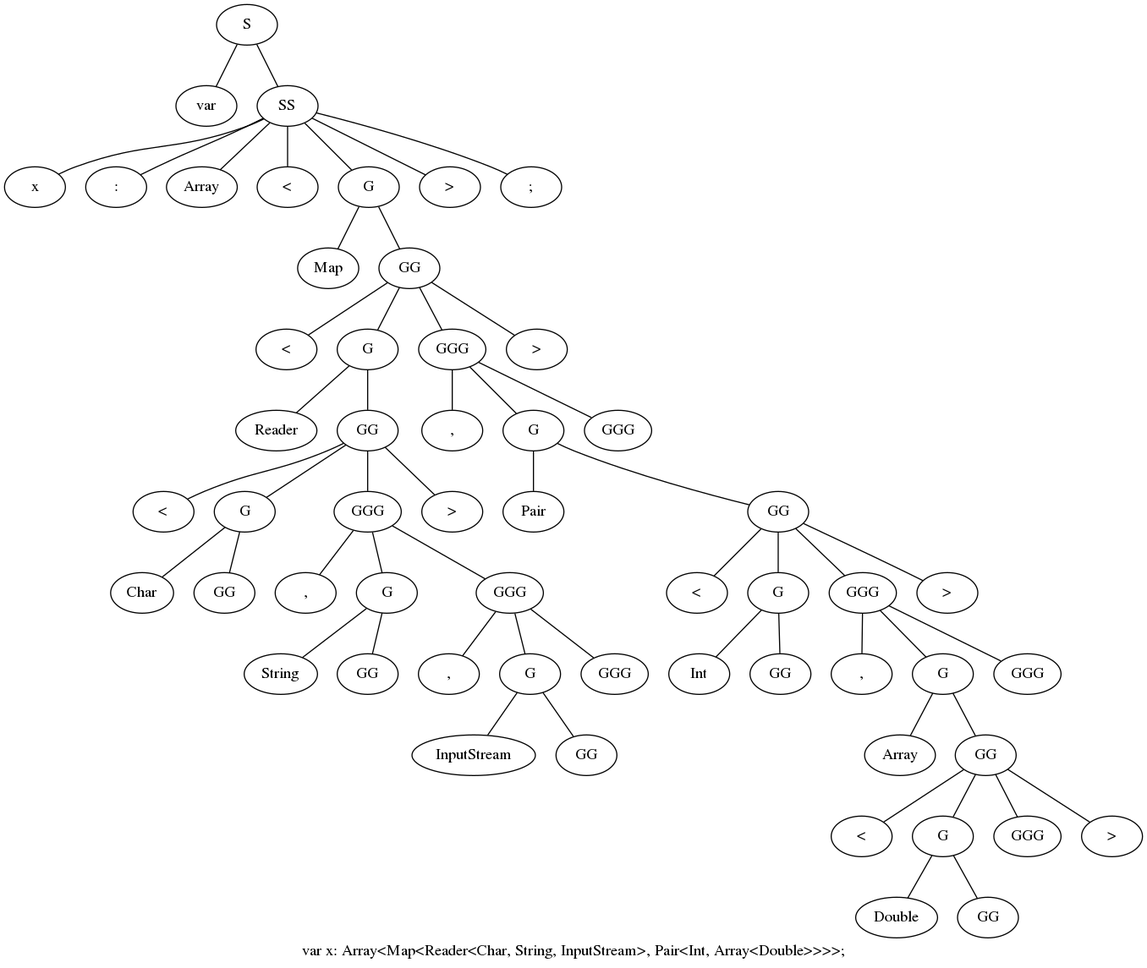
This is graphs/complex.dot.png from Garuda-1/MT_HW2, a Graphviz export, as it was before one commit. Its source is kept beside it as graphs/complex.dot.
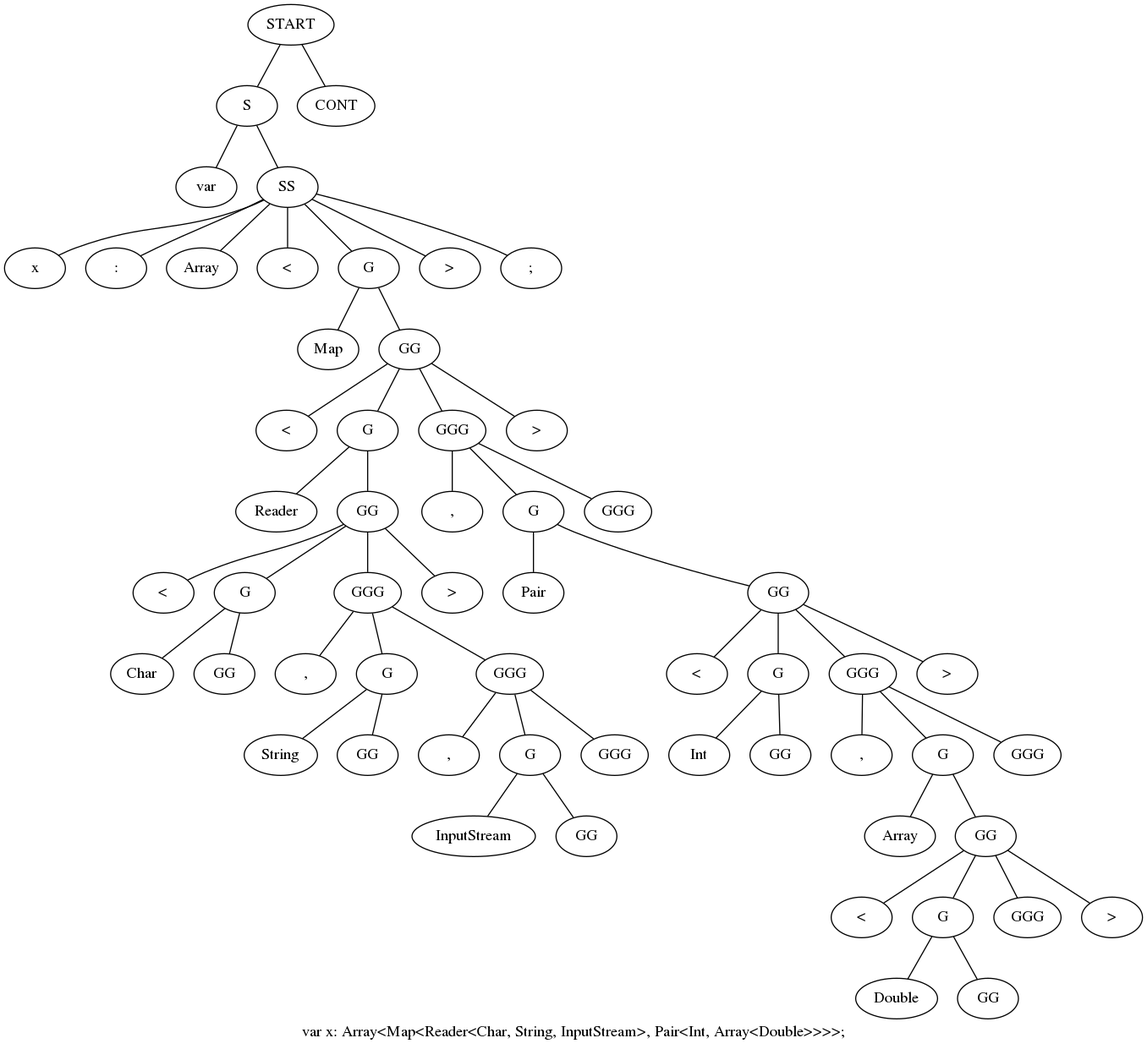
Above is the later version.

What changed in the source:
```diff
@@ -3,115 +3,119 @@
 	label="var x: Array<Map<Reader<Char, String, InputStream>, Pair<Int, Array<Double>>>>;"
 
 	n000 ;
-	n000 [label="S"] ;
+	n000 [label="START"] ;
 	n000 -- n001 ;
 	n000 -- n002 ;
-	n001 [label="var"] ;
-	n002 [label="SS"] ;
-	n002 -- n003 ;
-	n002 -- n004 ;
-	n002 -- n005 ;
-	n002 -- n006 ;
-	n002 -- n007 ;
-	n002 -- n008 ;
-	n002 -- n009 ;
-	n003 [label="x"] ;
-	n004 [label=":"] ;
-	n005 [label="Array"] ;
-	n006 [label="<"] ;
-	n007 [label="G"] ;
-	n007 -- n010 ;
-	n007 -- n011 ;
-	n008 [label=">"] ;
-	n009 [label=";"] ;
-	n010 [label="Map"] ;
-	n011 [label="GG"] ;
-	n011 -- n012 ;
-	n011 -- n013 ;
-	n011 -- n014 ;
-	n011 -- n015 ;
-	n012 [label="<"] ;
-	n013 [label="G"] ;
+	n001 [label="S"] ;
+	n001 -- n003 ;
+	n001 -- n004 ;
+	n002 [label="CONT"] ;
+	n003 [label="var"] ;
+	n004 [label="SS"] ;
+	n004 -- n005 ;
+	n004 -- n006 ;
+	n004 -- n007 ;
+	n004 -- n008 ;
+	n004 -- n009 ;
+	n004 -- n010 ;
+	n004 -- n011 ;
+	n005 [label="x"] ;
+	n006 [label=":"] ;
+	n007 [label="Array"] ;
+	n008 [label="<"] ;
+	n009 [label="G"] ;
+	n009 -- n012 ;
+	n009 -- n013 ;
+	n010 [label=">"] ;
+	n011 [label=";"] ;
+	n012 [label="Map"] ;
+	n013 [label="GG"] ;
+	n013 -- n014 ;
+	n013 -- n015 ;
 	n013 -- n016 ;
 	n013 -- n017 ;
-	n014 [label="GGG"] ;
-	n014 -- n018 ;
-	n014 -- n019 ;
-	n014 -- n020 ;
-	n015 [label=">"] ;
-	n016 [label="Reader"] ;
-	n017 [label="GG"] ;
-	n017 -- n021 ;
-	n017 -- n022 ;
-	n017 -- n023 ;
-	n017 -- n024 ;
-	n018 [label=","] ;
-	n019 [label="G"] ;
+	n014 [label="<"] ;
+	n015 [label="G"] ;
+	n015 -- n018 ;
+	n015 -- n019 ;
+	n016 [label="GGG"] ;
+	n016 -- n020 ;
+	n016 -- n021 ;
+	n016 -- n022 ;
+	n017 [label=">"] ;
+	n018 [label="Reader"] ;
+	n019 [label="GG"] ;
+	n019 -- n023 ;
+	n019 -- n024 ;
 	n019 -- n025 ;
 	n019 -- n026 ;
-	n020 [label="GGG"] ;
-	n021 [label="<"] ;
-	n022 [label="G"] ;
-	n022 -- n027 ;
-	n022 -- n028 ;
-	n023 [label="GGG"] ;
-	n023 -- n029 ;
-	n023 -- n030 ;
-	n023 -- n031 ;
-	n024 [label=">"] ;
-	n025 [label="Pair"] ;
-	n026 [label="GG"] ;
-	n026 -- n032 ;
-	n026 -- n033 ;
-	n026 -- n034 ;
-	n026 -- n035 ;
-	n027 [label="Char"] ;
+	n020 [label=","] ;
+	n021 [label="G"] ;
+	n021 -- n027 ;
+	n021 -- n028 ;
+	n022 [label="GGG"] ;
+	n023 [label="<"] ;
+	n024 [label="G"] ;
+	n024 -- n029 ;
+	n024 -- n030 ;
+	n025 [label="GGG"] ;
+	n025 -- n031 ;
+	n025 -- n032 ;
+	n025 -- n033 ;
+	n026 [label=">"] ;
+	n027 [label="Pair"] ;
 	n028 [label="GG"] ;
-	n029 [label=","] ;
-	n030 [label="G"] ;
-	n030 -- n036 ;
-	n030 -- n037 ;
-	n031 [label="GGG"] ;
-	n031 -- n038 ;
-	n031 -- n039 ;
-	n031 -- n040 ;
-	n032 [label="<"] ;
-	n033 [label="G"] ;
+	n028 -- n034 ;
+	n028 -- n035 ;
+	n028 -- n036 ;
+	n028 -- n037 ;
+	n029 [label="Char"] ;
+	n030 [label="GG"] ;
+	n031 [label=","] ;
+	n032 [label="G"] ;
+	n032 -- n038 ;
+	n032 -- n039 ;
+	n033 [label="GGG"] ;
+	n033 -- n040 ;
 	n033 -- n041 ;
 	n033 -- n042 ;
-	n034 [label="GGG"] ;
-	n034 -- n043 ;
-	n034 -- n044 ;
-	n034 -- n045 ;
-	n035 [label=">"] ;
-	n036 [label="String"] ;
-	n037 [label="GG"] ;
-	n038 [label=","] ;
-	n039 [label="G"] ;
-	n039 -- n046 ;
-	n039 -- n047 ;
-	n040 [label="GGG"] ;
-	n041 [label="Int"] ;
-	n042 [label="GG"] ;
-	n043 [label=","] ;
-	n044 [label="G"] ;
-	n044 -- n048 ;
-	n044 -- n049 ;
-	n045 [label="GGG"] ;
-	n046 [label="InputStream"] ;
-	n047 [label="GG"] ;
-	n048 [label="Array"] ;
+	n034 [label="<"] ;
+	n035 [label="G"] ;
+	n035 -- n043 ;
+	n035 -- n044 ;
+	n036 [label="GGG"] ;
+	n036 -- n045 ;
+	n036 -- n046 ;
+	n036 -- n047 ;
+	n037 [label=">"] ;
+	n038 [label="String"] ;
+	n039 [label="GG"] ;
+	n040 [label=","] ;
+	n041 [label="G"] ;
+	n041 -- n048 ;
+	n041 -- n049 ;
+	n042 [label="GGG"] ;
+	n043 [label="Int"] ;
+	n044 [label="GG"] ;
+	n045 [label=","] ;
+	n046 [label="G"] ;
+	n046 -- n050 ;
+	n046 -- n051 ;
+	n047 [label="GGG"] ;
+	n048 [label="InputStream"] ;
 	n049 [label="GG"] ;
-	n049 -- n050 ;
-	n049 -- n051 ;
-	n049 -- n052 ;
-	n049 -- n053 ;
-	n050 [label="<"] ;
-	n051 [label="G"] ;
+	n050 [label="Array"] ;
+	n051 [label="GG"] ;
+	n051 -- n052 ;
+	n051 -- n053 ;
 	n051 -- n054 ;
 	n051 -- n055 ;
-	n052 [label="GGG"] ;
-	n053 [label=">"] ;
-	n054 [label="Double"] ;
-	n055 [label="GG"] ;
+	n052 [label="<"] ;
+	n053 [label="G"] ;
+	n053 -- n056 ;
+	n053 -- n057 ;
+	n054 [label="GGG"] ;
+	n055 [label=">"] ;
+	n056 [label="Double"] ;
+	n057 [label="GG"] ;
 	}
```
